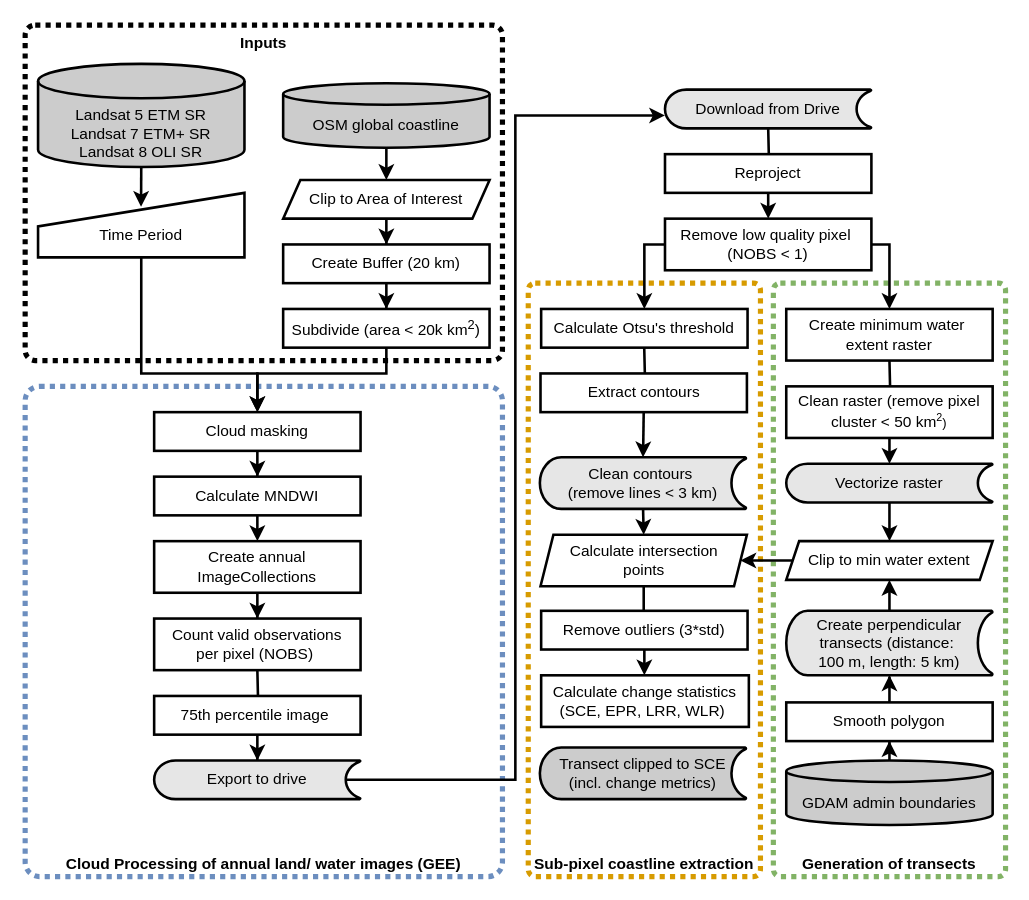
Before: page "Page-1" (1 of 2) of figures/workflow/workflow.drawio in ronjalappe/VN_coastline_dynamics, a draw.io diagram. Source tidied: cells renumbered, new cells numbered last; positions are measured from the earlier drawing's top-left corner, leaving out a move shared by most shapes. Both pictures are drawn from the tidied source at 129%, with x=0, y=0 at pixel (25, 25).
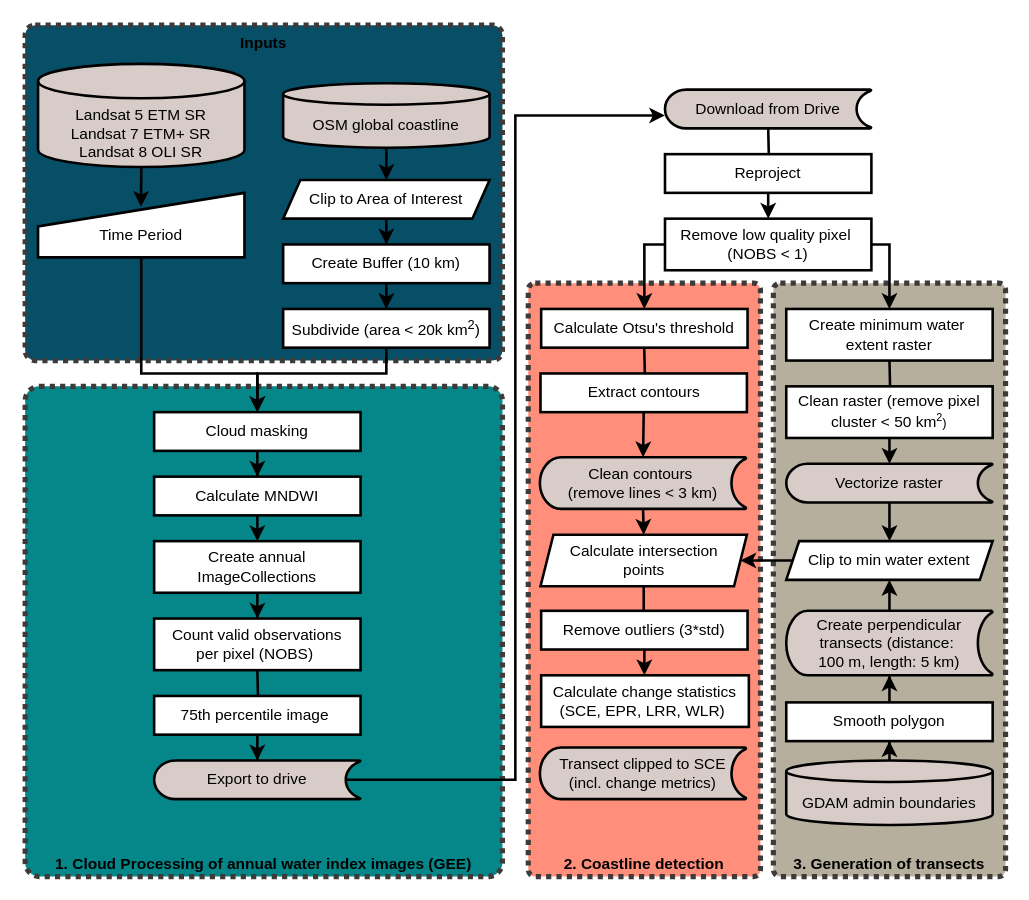
After the change.

Change to the diagram source:
```diff
@@
-    <mxCell id="2" value="&lt;b&gt;&lt;font color=&quot;#000000&quot;&gt;Sub-pixel coastline extraction&lt;/font&gt;&lt;/b&gt;" style="rounded=1;whiteSpace=wrap;html=1;strokeWidth=4;arcSize=3;dashed=1;verticalAlign=bottom;rotation=0;dashPattern=1 1;strokeColor=#d79b00;fillColor=none;" parent="1" vertex="1">
+    <mxCell id="2" value="&lt;b&gt;&lt;font color=&quot;#000000&quot;&gt;2. Coastline detection&lt;/font&gt;&lt;/b&gt;" style="rounded=1;whiteSpace=wrap;html=1;strokeWidth=4;arcSize=3;dashed=1;verticalAlign=bottom;rotation=0;dashPattern=1 1;fillColor=#FF8F7A;strokeColor=#3D3A39;" parent="1" vertex="1">
       <mxGeometry x="390" y="200" width="180" height="460" as="geometry" />
     </mxCell>
-    <mxCell id="3" value="&lt;b&gt;&lt;font color=&quot;#000000&quot;&gt;Inputs&lt;/font&gt;&lt;/b&gt;" style="rounded=1;whiteSpace=wrap;html=1;strokeWidth=4;arcSize=3;dashed=1;verticalAlign=top;dashPattern=1 1;fillColor=none;" parent="1" vertex="1">
+    <mxCell id="3" value="&lt;b&gt;&lt;font color=&quot;#000000&quot;&gt;Inputs&lt;/font&gt;&lt;/b&gt;" style="rounded=1;whiteSpace=wrap;html=1;strokeWidth=4;arcSize=3;dashed=1;verticalAlign=top;dashPattern=1 1;fillColor=#074E67;strokeColor=#3D3A39;" parent="1" vertex="1">
       <mxGeometry width="370" height="260" as="geometry" />
     </mxCell>
-    <mxCell id="4" value="&lt;b&gt;&lt;font color=&quot;#000000&quot;&gt;Cloud Processing of annual land/ water images (GEE)&lt;/font&gt;&lt;/b&gt;" style="rounded=1;whiteSpace=wrap;html=1;strokeWidth=4;arcSize=3;dashed=1;verticalAlign=bottom;dashPattern=1 1;strokeColor=#6c8ebf;fillColor=none;" parent="1" vertex="1">
+    <mxCell id="4" value="&lt;b&gt;&lt;font color=&quot;#000000&quot;&gt;1. Cloud Processing of annual water index images (GEE)&lt;/font&gt;&lt;/b&gt;" style="rounded=1;whiteSpace=wrap;html=1;strokeWidth=4;arcSize=3;dashed=1;verticalAlign=bottom;dashPattern=1 1;fillColor=#05878a;strokeColor=#3D3A39;" parent="1" vertex="1">
       <mxGeometry y="280" width="370" height="380" as="geometry" />
     </mxCell>
-    <mxCell id="5" value="&lt;b&gt;&lt;font color=&quot;#000000&quot;&gt;Generation&amp;nbsp;of transects&lt;/font&gt;&lt;/b&gt;" style="rounded=1;whiteSpace=wrap;html=1;strokeWidth=4;arcSize=3;dashed=1;verticalAlign=bottom;rotation=0;dashPattern=1 1;strokeColor=#82b366;fillColor=none;" parent="1" vertex="1">
+    <mxCell id="5" value="&lt;b&gt;&lt;font color=&quot;#000000&quot;&gt;3. Generation&amp;nbsp;of transects&lt;/font&gt;&lt;/b&gt;" style="rounded=1;whiteSpace=wrap;html=1;strokeWidth=4;arcSize=3;dashed=1;verticalAlign=bottom;rotation=0;dashPattern=1 1;fillColor=#B6AF9D;strokeColor=#3D3A39;" parent="1" vertex="1">
       <mxGeometry x="580" y="200" width="180" height="460" as="geometry" />
     </mxCell>
@@
-    <mxCell id="7" value="&lt;br&gt;&lt;br&gt;Landsat 5 ETM SR&lt;br&gt;Landsat 7 ETM+ SR&lt;br&gt;Landsat 8 OLI SR" style="strokeWidth=2;html=1;shape=mxgraph.flowchart.database;whiteSpace=wrap;verticalAlign=middle;fillColor=#CCCCCC;" parent="1" vertex="1">
+    <mxCell id="7" value="&lt;br&gt;&lt;br&gt;Landsat 5 ETM SR&lt;br&gt;Landsat 7 ETM+ SR&lt;br&gt;Landsat 8 OLI SR" style="strokeWidth=2;html=1;shape=mxgraph.flowchart.database;whiteSpace=wrap;verticalAlign=middle;fillColor=#d7ccc8;" parent="1" vertex="1">
       <mxGeometry x="10" y="30" width="160" height="80" as="geometry" />
     </mxCell>
@@
-    <mxCell id="9" value="&lt;br&gt;OSM global coastline" style="strokeWidth=2;html=1;shape=mxgraph.flowchart.database;whiteSpace=wrap;verticalAlign=middle;fillColor=#CCCCCC;" parent="1" vertex="1">
+    <mxCell id="9" value="&lt;br&gt;OSM global coastline" style="strokeWidth=2;html=1;shape=mxgraph.flowchart.database;whiteSpace=wrap;verticalAlign=middle;fillColor=#d7ccc8;" parent="1" vertex="1">
       <mxGeometry x="200" y="45" width="160" height="50" as="geometry" />
     </mxCell>
@@
-    <mxCell id="13" value="Create Buffer (20 km)" style="whiteSpace=wrap;html=1;strokeWidth=2;" parent="1" vertex="1">
+    <mxCell id="13" value="Create Buffer (10 km)" style="whiteSpace=wrap;html=1;strokeWidth=2;" parent="1" vertex="1">
       <mxGeometry x="200" y="170" width="160" height="30" as="geometry" />
     </mxCell>
@@
-    <mxCell id="37" value="&lt;br&gt;GDAM admin boundaries" style="strokeWidth=2;html=1;shape=mxgraph.flowchart.database;whiteSpace=wrap;verticalAlign=middle;fillColor=#CCCCCC;" parent="1" vertex="1">
+    <mxCell id="37" value="&lt;br&gt;GDAM admin boundaries" style="strokeWidth=2;html=1;shape=mxgraph.flowchart.database;whiteSpace=wrap;verticalAlign=middle;fillColor=#d7ccc8;" parent="1" vertex="1">
       <mxGeometry x="590" y="570" width="160" height="50" as="geometry" />
     </mxCell>
@@
-    <mxCell id="45" value="Download from Drive" style="strokeWidth=2;html=1;shape=mxgraph.flowchart.stored_data;whiteSpace=wrap;fillColor=#E6E6E6;" parent="1" vertex="1">
+    <mxCell id="45" value="Download from Drive" style="strokeWidth=2;html=1;shape=mxgraph.flowchart.stored_data;whiteSpace=wrap;fillColor=#d7ccc8;" parent="1" vertex="1">
       <mxGeometry x="496" y="50" width="160" height="30" as="geometry" />
     </mxCell>
@@
-    <mxCell id="48" value="Vectorize raster" style="strokeWidth=2;html=1;shape=mxgraph.flowchart.stored_data;whiteSpace=wrap;fillColor=#E6E6E6;" parent="1" vertex="1">
+    <mxCell id="48" value="Vectorize raster" style="strokeWidth=2;html=1;shape=mxgraph.flowchart.stored_data;whiteSpace=wrap;fillColor=#d7ccc8;" parent="1" vertex="1">
       <mxGeometry x="590" y="340" width="160" height="30" as="geometry" />
     </mxCell>
@@
-    <mxCell id="50" value="Create perpendicular transects (distance:&amp;nbsp;&lt;br&gt;100 m, length: 5 km)" style="strokeWidth=2;html=1;shape=mxgraph.flowchart.stored_data;whiteSpace=wrap;fillColor=#E6E6E6;" parent="1" vertex="1">
+    <mxCell id="50" value="Create perpendicular transects (distance:&amp;nbsp;&lt;br&gt;100 m, length: 5 km)" style="strokeWidth=2;html=1;shape=mxgraph.flowchart.stored_data;whiteSpace=wrap;fillColor=#d7ccc8;" parent="1" vertex="1">
       <mxGeometry x="590" y="454" width="160" height="50" as="geometry" />
     </mxCell>
@@
-    <mxCell id="57" value="Clean contours&amp;nbsp;&lt;br&gt;(remove lines &amp;lt; 3 km)" style="strokeWidth=2;html=1;shape=mxgraph.flowchart.stored_data;whiteSpace=wrap;fillColor=#E6E6E6;" parent="1" vertex="1">
+    <mxCell id="57" value="Clean contours&amp;nbsp;&lt;br&gt;(remove lines &amp;lt; 3 km)" style="strokeWidth=2;html=1;shape=mxgraph.flowchart.stored_data;whiteSpace=wrap;fillColor=#d7ccc8;" parent="1" vertex="1">
       <mxGeometry x="399" y="335" width="160" height="40" as="geometry" />
     </mxCell>
-    <mxCell id="58" value="Transect clipped to SCE&lt;br&gt;(incl. change metrics)" style="strokeWidth=2;html=1;shape=mxgraph.flowchart.stored_data;whiteSpace=wrap;fillColor=#CCCCCC;" parent="1" vertex="1">
+    <mxCell id="58" value="Transect clipped to SCE&lt;br&gt;(incl. change metrics)" style="strokeWidth=2;html=1;shape=mxgraph.flowchart.stored_data;whiteSpace=wrap;fillColor=#d7ccc8;" parent="1" vertex="1">
       <mxGeometry x="399" y="560" width="160" height="40" as="geometry" />
     </mxCell>
@@
-    <mxCell id="60" value="Export to drive" style="strokeWidth=2;html=1;shape=mxgraph.flowchart.stored_data;whiteSpace=wrap;fillColor=#E6E6E6;" parent="1" vertex="1">
+    <mxCell id="60" value="Export to drive" style="strokeWidth=2;html=1;shape=mxgraph.flowchart.stored_data;whiteSpace=wrap;fillColor=#d7ccc8;" parent="1" vertex="1">
       <mxGeometry x="100" y="570" width="160" height="30" as="geometry" />
     </mxCell>
```
